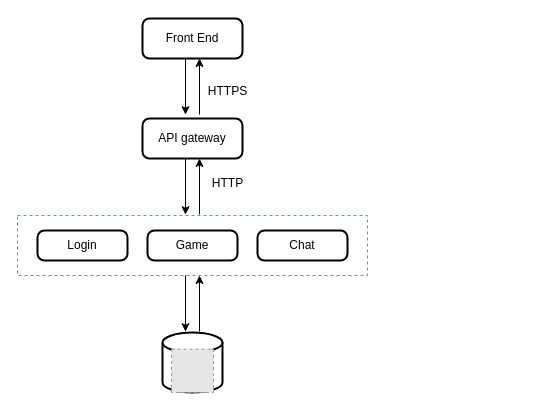
Above: page "Micro service" (4 of 4) of Transcendence.drawio in lugonzalg/Diagramas_42 (draw.io), before the change. Source tidied: cells renumbered, new cells numbered last; positions are measured from the earlier drawing's top-left corner, leaving out a move shared by most shapes. Both pictures are drawn from the tidied source at 100%, with x=0, y=0 at pixel (17, 18). Pictures stored in the file or linked from it are replaced by grey dashed boxes.
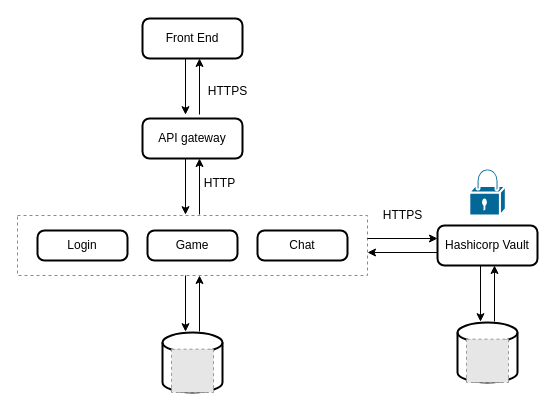
After the change.

Diff of the diagram source:
```diff
@@
     <mxCell id="17" value="HTTP" style="text;html=1;align=center;verticalAlign=middle;strokeColor=none;fillColor=none;" parent="1" vertex="1">
-      <mxGeometry x="185" y="150" width="50" height="30" as="geometry" />
+      <mxGeometry x="177" y="150" width="50" height="30" as="geometry" />
     </mxCell>
+    <mxCell id="18" style="edgeStyle=orthogonalEdgeStyle;rounded=0;orthogonalLoop=1;jettySize=auto;html=1;" parent="1" edge="1">
+      <mxGeometry relative="1" as="geometry">
+        <mxPoint x="420" y="234" as="sourcePoint" />
+        <mxPoint x="350" y="234" as="targetPoint" />
+      </mxGeometry>
+    </mxCell>
+    <mxCell id="19" value="Hashicorp Vault" style="rounded=1;whiteSpace=wrap;html=1;absoluteArcSize=1;arcSize=14;strokeWidth=2;" parent="1" vertex="1">
+      <mxGeometry x="420" y="207" width="100" height="40" as="geometry" />
+    </mxCell>
+    <mxCell id="20" style="edgeStyle=orthogonalEdgeStyle;rounded=0;orthogonalLoop=1;jettySize=auto;html=1;startArrow=classic;startFill=1;endArrow=none;endFill=0;" parent="1" edge="1">
+      <mxGeometry relative="1" as="geometry">
+        <mxPoint x="420" y="220" as="sourcePoint" />
+        <mxPoint x="350" y="220" as="targetPoint" />
+        <Array as="points">
+          <mxPoint x="420" y="220" />
+          <mxPoint x="350" y="220" />
+        </Array>
+      </mxGeometry>
+    </mxCell>
+    <mxCell id="21" style="strokeWidth=2;html=1;shape=mxgraph.flowchart.database;whiteSpace=wrap;" parent="1" vertex="1">
+      <mxGeometry x="440" y="304" width="60" height="60" as="geometry" />
+    </mxCell>
+    <mxCell id="22" style="fillColor=#E6E6E6;strokeColor=#999999;dashed=1;verticalLabelPosition=bottom;verticalAlign=top;" parent="1" vertex="1">
+      <mxGeometry x="449" y="320.7" width="42" height="43.3" as="geometry" />
+    </mxCell>
+    <mxCell id="23" style="edgeStyle=orthogonalEdgeStyle;rounded=0;orthogonalLoop=1;jettySize=auto;html=1;entryX=0.5;entryY=-0.096;entryDx=0;entryDy=0;entryPerimeter=0;" parent="1" edge="1">
+      <mxGeometry relative="1" as="geometry">
+        <mxPoint x="463" y="247" as="sourcePoint" />
+        <mxPoint x="463" y="303.2" as="targetPoint" />
+      </mxGeometry>
+    </mxCell>
+    <mxCell id="24" style="edgeStyle=orthogonalEdgeStyle;rounded=0;orthogonalLoop=1;jettySize=auto;html=1;entryX=0.5;entryY=-0.096;entryDx=0;entryDy=0;entryPerimeter=0;endArrow=none;endFill=0;startArrow=classic;startFill=1;" parent="1" edge="1">
+      <mxGeometry relative="1" as="geometry">
+        <mxPoint x="477" y="247" as="sourcePoint" />
+        <mxPoint x="477" y="303" as="targetPoint" />
+      </mxGeometry>
+    </mxCell>
+    <mxCell id="25" style="shape=mxgraph.cisco.security.lock;sketch=0;html=1;dashed=0;fillColor=#036897;strokeColor=#ffffff;strokeWidth=2;verticalLabelPosition=bottom;verticalAlign=top;align=center;" parent="1" vertex="1">
+      <mxGeometry x="451.8" y="150" width="36.5" height="47" as="geometry" />
+    </mxCell>
+    <mxCell id="26" value="HTTPS" style="text;html=1;align=center;verticalAlign=middle;strokeColor=none;fillColor=none;" parent="1" vertex="1">
+      <mxGeometry x="355" y="182" width="60" height="30" as="geometry" />
+    </mxCell>
```
